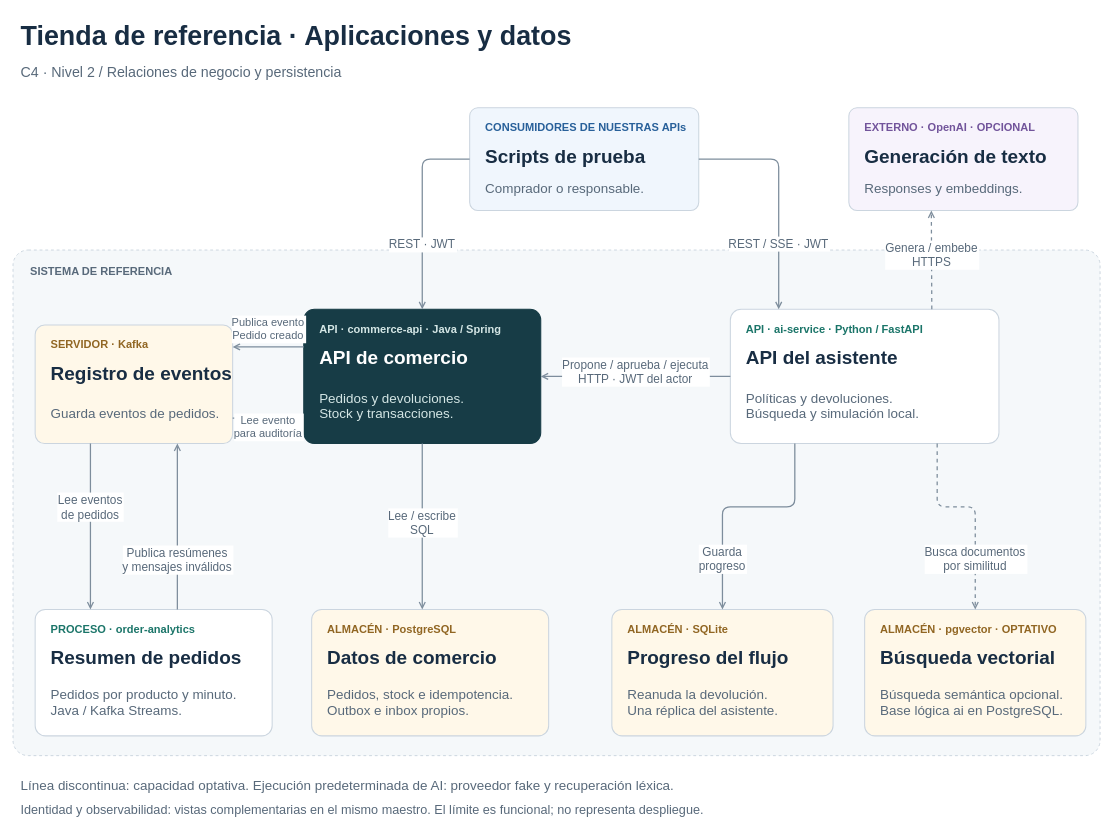
The draw.io diagram page "Software Architecture · Aplicaciones y datos" (1 of 13) of docs/diagrams/architecture.drawio in victormartingil/software-architecture, before the edit. Source tidied: cells renumbered, new cells numbered last; positions are measured from the earlier drawing's top-left corner, leaving out a move shared by most shapes. Both pictures are drawn from the tidied source at 79%, with x=0, y=0 at pixel (13, 13).
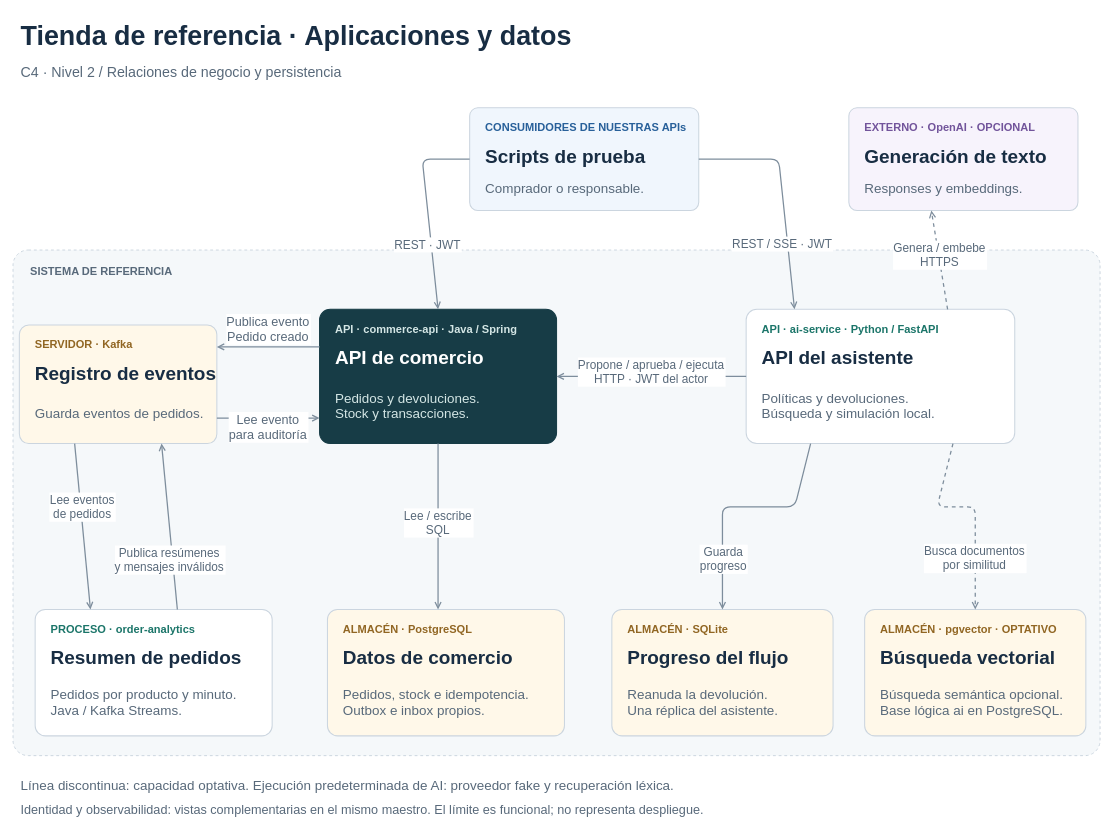
The same page after the edit.

The edit, as a diff of the source:
```diff
@@
     <mxCell id="16" style="group;fillColor=none;strokeColor=none;" parent="1" vertex="1">
-      <mxGeometry x="368" y="375" width="300" height="170" as="geometry" />
+      <mxGeometry x="388" y="375" width="300" height="170" as="geometry" />
     </mxCell>
@@
     <mxCell id="21" style="group;fillColor=none;strokeColor=none;" parent="1" vertex="1">
-      <mxGeometry x="908" y="375" width="340" height="170" as="geometry" />
+      <mxGeometry x="928" y="375" width="340" height="170" as="geometry" />
     </mxCell>
@@
     <mxCell id="26" style="group;fillColor=none;strokeColor=none;" parent="1" vertex="1">
-      <mxGeometry x="28" y="395" width="250" height="150" as="geometry" />
+      <mxGeometry x="8" y="395" width="250" height="150" as="geometry" />
     </mxCell>
@@
     <mxCell id="36" style="group;fillColor=none;strokeColor=none;" parent="1" vertex="1">
-      <mxGeometry x="378" y="755" width="300" height="160" as="geometry" />
+      <mxGeometry x="398" y="755" width="300" height="160" as="geometry" />
     </mxCell>
@@
-    <mxCell id="55" value="Publica evento&#10;Pedido creado" style="edgeStyle=none;rounded=1;html=0;strokeColor=#7D8D9C;strokeWidth=1.6;endArrow=open;exitX=0;exitY=0.28;entryX=1;entryY=0.184;exitPerimeter=0;entryPerimeter=0;fontFamily=Arial;fontColor=#58697A;fontSize=14;labelWidth=82;labelBackgroundColor=#FFFFFF;" parent="1" edge="1" source="16" target="26">
+    <mxCell id="55" value="Publica evento&#10;Pedido creado" style="edgeStyle=none;rounded=1;html=0;strokeColor=#7D8D9C;strokeWidth=1.6;endArrow=open;exitX=0;exitY=0.28;entryX=1;entryY=0.184;exitPerimeter=0;entryPerimeter=0;fontFamily=Arial;fontColor=#58697A;fontSize=16;labelWidth=110;labelBackgroundColor=#FFFFFF;" parent="1" edge="1" source="16" target="26">
       <mxGeometry relative="1" as="geometry">
         <mxPoint y="-23.6" as="offset" />
       </mxGeometry>
     </mxCell>
-    <mxCell id="56" value="Lee evento&#10;para auditoría" style="edgeStyle=none;rounded=1;html=0;strokeColor=#7D8D9C;strokeWidth=1.6;endArrow=open;exitX=1;exitY=0.7846666667;entryX=0;entryY=0.81;exitPerimeter=0;entryPerimeter=0;fontFamily=Arial;fontColor=#58697A;fontSize=14;labelWidth=82;labelBackgroundColor=#FFFFFF;" parent="1" edge="1" source="26" target="16">
+    <mxCell id="56" value="Lee evento&#10;para auditoría" style="edgeStyle=none;rounded=1;html=0;strokeColor=#7D8D9C;strokeWidth=1.6;endArrow=open;exitX=1;exitY=0.7846666667;entryX=0;entryY=0.81;exitPerimeter=0;entryPerimeter=0;fontFamily=Arial;fontColor=#58697A;fontSize=16;labelWidth=110;labelBackgroundColor=#FFFFFF;" parent="1" edge="1" source="26" target="16">
       <mxGeometry relative="1" as="geometry">
         <mxPoint y="10.3" as="offset" />
       </mxGeometry>
     </mxCell>
```
